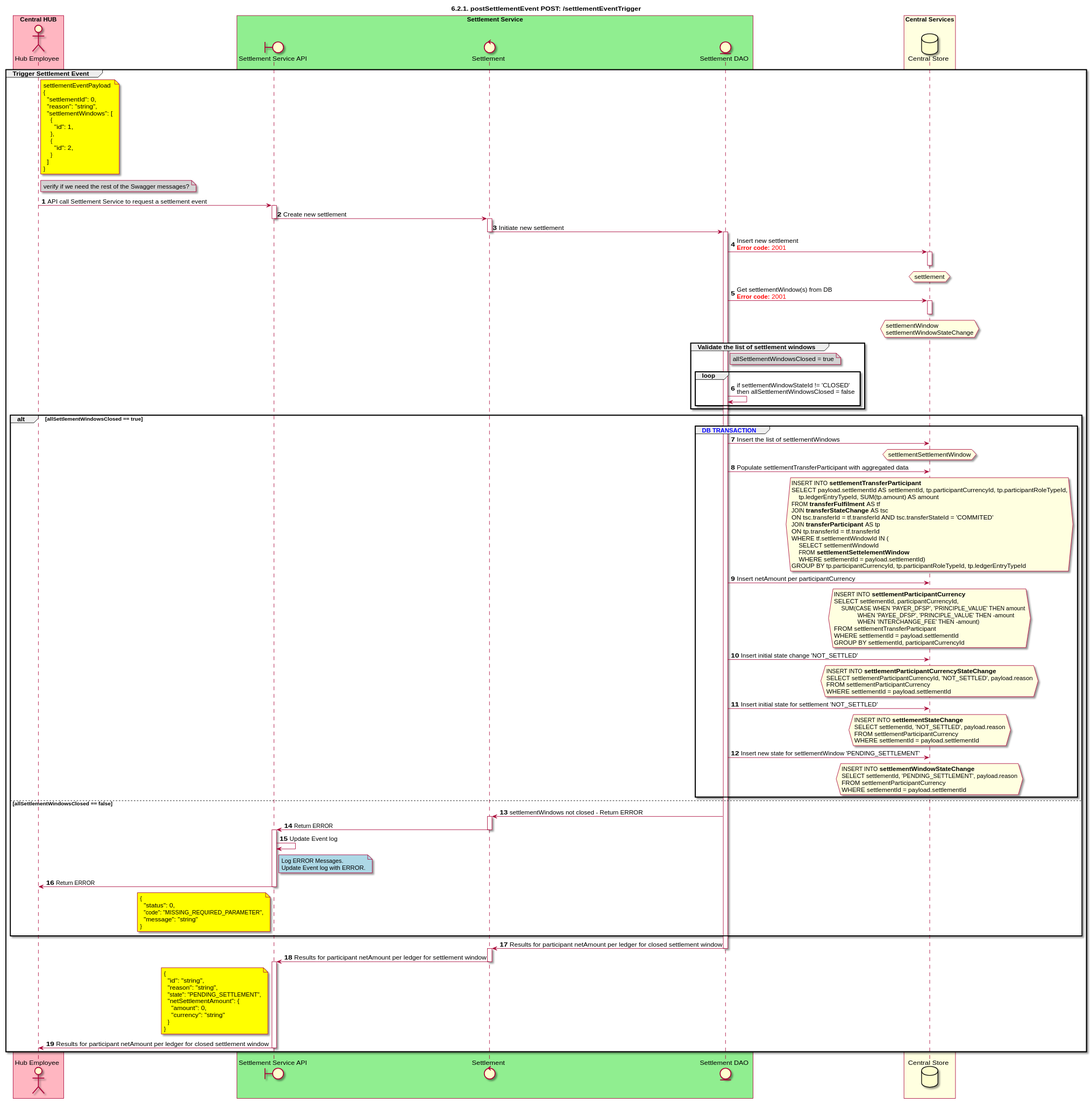
Before: CentralServices/seq_diagrams/seq-settlement-6.4.1.svg, a diagram exported from PlantUML (HenkKodde/docs).
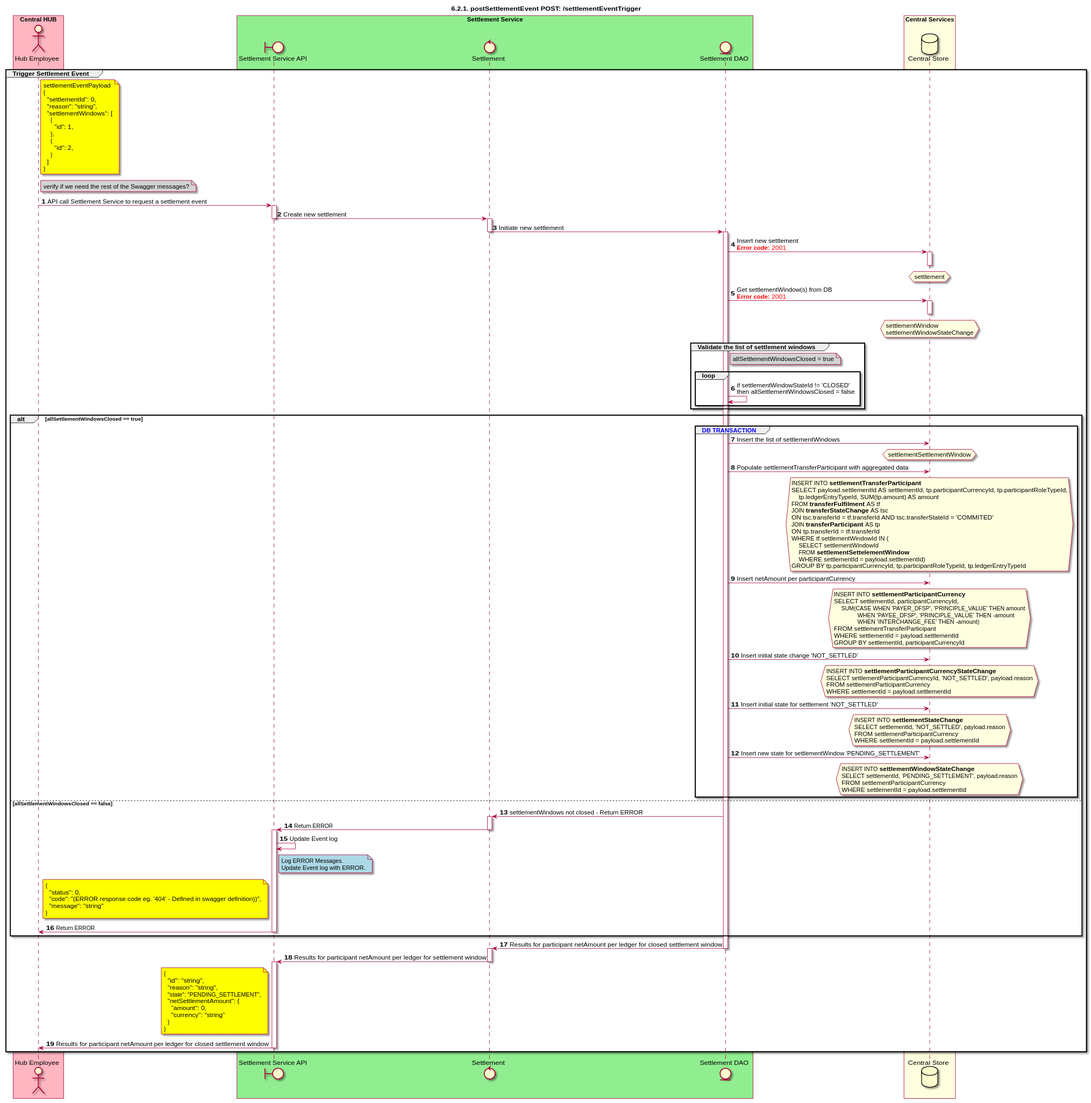
The same diagram one commit later.

The edit, as a diff of the source:
```diff
@@ -2,7 +2,6 @@
 title 6.2.1. postSettlementEvent POST: /settlementEventTrigger
 
 autonumber
-
 
 
 actor "Hub Employee" as OPERATOR
@@ -149,14 +148,14 @@
             Log ERROR Messages.
             Update Event log with ERROR.
             end note
-        OPERATOR <- SSAPI: Return ERROR
         note left of SSAPI #Yellow
             {
               "status": 0,
-              "code": "MISSING_REQUIRED_PARAMETER",
+              "code": "(ERROR response code eg. '404' - Defined in swagger definition))",
               "message": "string"
             }
         end note
+        OPERATOR <- SSAPI: Return ERROR
         deactivate SSAPI
     end
 
```
